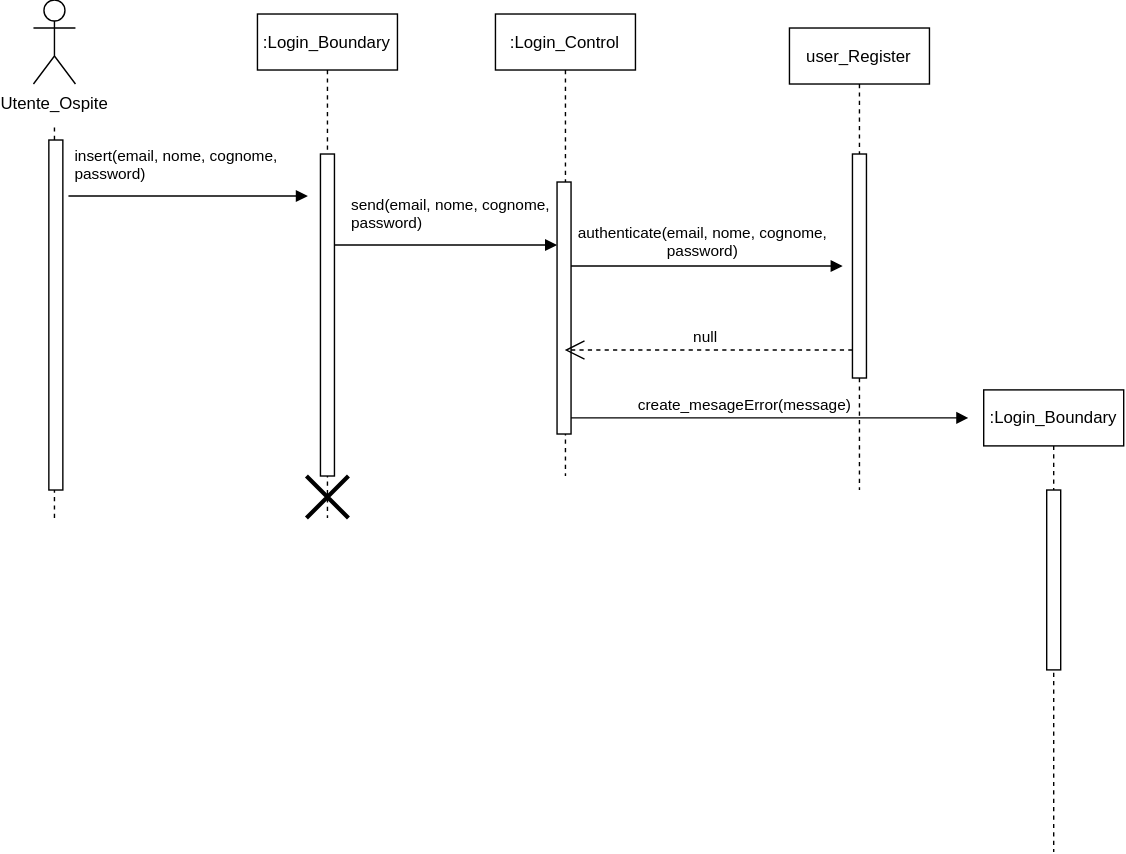
The draw.io diagram document temp/Sequence Diagrams/SD_RegistrazioneFallita.svg in dop654/CinePlex, before a commit. Source tidied: cells renumbered, new cells last; positions are measured from the earlier drawing's top-left corner, leaving out a move shared by most shapes.
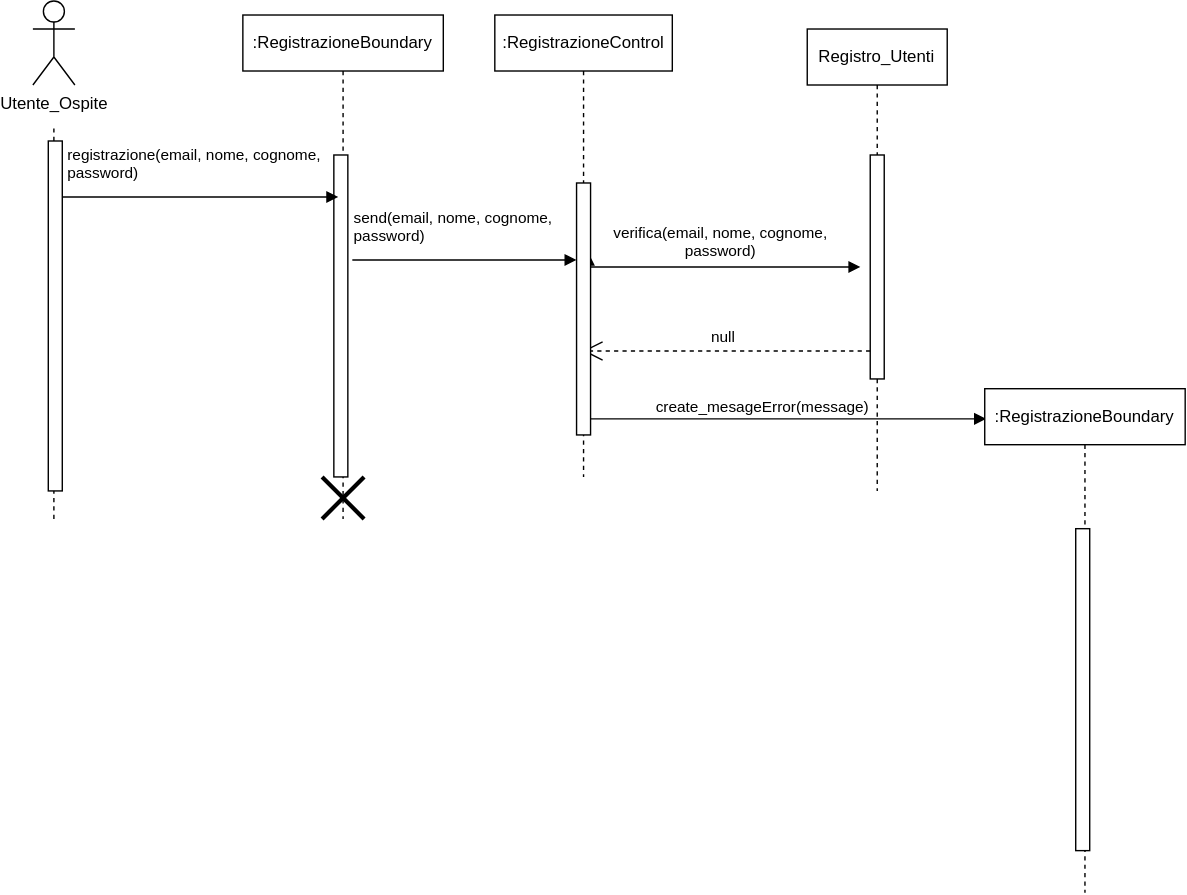
After the commit.

What changed in the source:
```diff
@@ -5,75 +5,79 @@
     <mxCell id="2" value="Utente_Ospite" style="shape=umlActor;verticalLabelPosition=bottom;verticalAlign=top;html=1;labelPerimeter=1;" parent="1" vertex="1">
       <mxGeometry x="0.3" y="-0.5" width="30" height="60" as="geometry" />
     </mxCell>
-    <mxCell id="3" style="line;strokeWidth=1;fillColor=none;align=left;verticalAlign=middle;spacingTop=-1;spacingLeft=3;spacingRight=3;labelPosition=right;strokeColor=inherit;labelPerimeter=1;flipV=1;legacyAnchorPoints=0;direction=south;dashed=1;" parent="1" vertex="1">
-      <mxGeometry x="11.3" y="89.5" width="8" height="280" as="geometry" />
-    </mxCell>
-    <mxCell id="4" style="html=1;perimeter=orthogonalPerimeter;targetShapes=umlLifeline;newEdgeStyle={&quot;edgeStyle&quot;:&quot;sequenceEdgeStyle&quot;,&quot;libavoidRouting&quot;:0,&quot;curved&quot;:0,&quot;rounded&quot;:0};" parent="1" vertex="1">
-      <mxGeometry x="11.3" y="99.5" width="10" height="250" as="geometry" />
-    </mxCell>
-    <mxCell id="5" value=":Login_Boundary" style="shape=umlLifeline;perimeter=lifelinePerimeter;whiteSpace=wrap;html=1;newEdgeStyle={&quot;edgeStyle&quot;:&quot;sequenceEdgeStyle&quot;,&quot;libavoidRouting&quot;:0,&quot;curved&quot;:0,&quot;rounded&quot;:0};" parent="1" vertex="1">
-      <mxGeometry x="160.2" y="9.5" width="100" height="360" as="geometry" />
-    </mxCell>
-    <mxCell id="6" style="html=1;perimeter=orthogonalPerimeter;targetShapes=umlLifeline;newEdgeStyle={&quot;edgeStyle&quot;:&quot;sequenceEdgeStyle&quot;,&quot;libavoidRouting&quot;:0,&quot;curved&quot;:0,&quot;rounded&quot;:0};" parent="5" vertex="1">
-      <mxGeometry x="45" y="100" width="10" height="230" as="geometry" />
-    </mxCell>
-    <mxCell id="7" style="shape=umlDestroy;whiteSpace=wrap;html=1;strokeWidth=3;targetShapes=umlLifeline;" parent="5" vertex="1">
-      <mxGeometry x="35" y="330" width="30" height="30" as="geometry" />
-    </mxCell>
-    <mxCell id="8" value="insert(email, nome, cognome,&lt;div&gt;password)&lt;/div&gt;" style="endArrow=block;endFill=1;html=1;edgeStyle=orthogonalEdgeStyle;align=left;verticalAlign=top;rounded=0;defaultLabelBackgroundColor=page;" parent="1" edge="1">
-      <mxGeometry x="-0.97" y="42" relative="1" as="geometry">
-        <mxPoint x="25.3" y="139.5" as="sourcePoint" />
-        <mxPoint x="196.3" y="139.5" as="targetPoint" />
-      </mxGeometry>
-    </mxCell>
-    <mxCell id="9" value=":Login_Control" style="shape=umlLifeline;perimeter=lifelinePerimeter;whiteSpace=wrap;html=1;outlineConnect=0;portConstraint=eastwest;newEdgeStyle={&quot;edgeStyle&quot;:&quot;sequenceEdgeStyle&quot;,&quot;libavoidRouting&quot;:0,&quot;curved&quot;:0,&quot;rounded&quot;:0};" parent="1" vertex="1">
-      <mxGeometry x="330.3" y="9.5" width="100" height="330" as="geometry" />
-    </mxCell>
-    <mxCell id="10" style="html=1;points=[[0,0,0,0,5],[0,1,0,0,-5],[1,0,0,0,5],[1,1,0,0,-5]];perimeter=orthogonalPerimeter;outlineConnect=0;targetShapes=umlLifeline;portConstraint=eastwest;newEdgeStyle={&quot;edgeStyle&quot;:&quot;sequenceEdgeStyle&quot;,&quot;libavoidRouting&quot;:0,&quot;curved&quot;:0,&quot;rounded&quot;:0};" parent="9" vertex="1">
-      <mxGeometry x="44" y="120" width="10" height="180" as="geometry" />
-    </mxCell>
+    <mxCell id="19" style="line;strokeWidth=1;fillColor=none;align=left;verticalAlign=middle;spacingTop=-1;spacingLeft=3;spacingRight=3;labelPosition=right;strokeColor=inherit;labelPerimeter=1;flipV=1;legacyAnchorPoints=0;direction=south;dashed=1;" parent="1" vertex="1">
+      <mxGeometry x="11.3" y="89.5" width="8" height="280" as="geometry" />
+    </mxCell>
+    <mxCell id="20" style="html=1;perimeter=orthogonalPerimeter;targetShapes=umlLifeline;newEdgeStyle={&quot;edgeStyle&quot;:&quot;sequenceEdgeStyle&quot;,&quot;libavoidRouting&quot;:0,&quot;curved&quot;:0,&quot;rounded&quot;:0};" parent="1" vertex="1">
+      <mxGeometry x="11.3" y="99.5" width="10" height="250" as="geometry" />
+    </mxCell>
+    <mxCell id="21" value=":RegistrazioneBoundary" style="shape=umlLifeline;perimeter=lifelinePerimeter;whiteSpace=wrap;html=1;newEdgeStyle={&quot;edgeStyle&quot;:&quot;sequenceEdgeStyle&quot;,&quot;libavoidRouting&quot;:0,&quot;curved&quot;:0,&quot;rounded&quot;:0};" parent="1" vertex="1">
+      <mxGeometry x="150.3" y="9.5" width="143.2" height="360" as="geometry" />
+    </mxCell>
+    <mxCell id="22" style="html=1;perimeter=orthogonalPerimeter;targetShapes=umlLifeline;newEdgeStyle={&quot;edgeStyle&quot;:&quot;sequenceEdgeStyle&quot;,&quot;libavoidRouting&quot;:0,&quot;curved&quot;:0,&quot;rounded&quot;:0};" parent="21" vertex="1">
+      <mxGeometry x="65" y="100" width="10" height="230" as="geometry" />
+    </mxCell>
+    <mxCell id="23" style="shape=umlDestroy;whiteSpace=wrap;html=1;strokeWidth=3;targetShapes=umlLifeline;" parent="21" vertex="1">
+      <mxGeometry x="56.6" y="330" width="30" height="30" as="geometry" />
+    </mxCell>
+    <mxCell id="24" value="registrazione(email, nome, cognome,&lt;div&gt;password)&lt;/div&gt;" style="endArrow=block;endFill=1;html=1;edgeStyle=orthogonalEdgeStyle;align=left;verticalAlign=top;rounded=0;defaultLabelBackgroundColor=page;" parent="1" edge="1">
+      <mxGeometry x="-0.98" y="43" relative="1" as="geometry">
+        <mxPoint x="21.5" y="139.5" as="sourcePoint" />
+        <mxPoint x="218.5" y="139.5" as="targetPoint" />
+      </mxGeometry>
+    </mxCell>
+    <mxCell id="25" value=":RegistrazioneControl" style="shape=umlLifeline;perimeter=lifelinePerimeter;whiteSpace=wrap;html=1;outlineConnect=0;portConstraint=eastwest;newEdgeStyle={&quot;edgeStyle&quot;:&quot;sequenceEdgeStyle&quot;,&quot;libavoidRouting&quot;:0,&quot;curved&quot;:0,&quot;rounded&quot;:0};" parent="1" vertex="1">
+      <mxGeometry x="330.3" y="9.5" width="126.8" height="330" as="geometry" />
+    </mxCell>
-    <mxCell id="11" value="&lt;span style=&quot;text-align: left;&quot;&gt;send(email, nome, cognome,&lt;/span&gt;&lt;div style=&quot;text-align: left;&quot;&gt;password)&lt;/div&gt;" style="html=1;verticalAlign=bottom;endArrow=block;edgeStyle=sequenceEdgeStyle;libavoidRouting=0;curved=0;rounded=0;entryX=0;entryY=0;entryDx=0;entryDy=45;defaultLabelBackgroundColor=page;" parent="1" edge="1" target="10">
-      <mxGeometry x="0.04" y="7" relative="1" as="geometry">
-        <mxPoint x="215.3" y="174.5" as="sourcePoint" />
+    <mxCell id="11" value="&lt;span style=&quot;text-align: left;&quot;&gt;send(email, nome, cognome,&lt;/span&gt;&lt;div style=&quot;text-align: left;&quot;&gt;password)&lt;/div&gt;" style="html=1;verticalAlign=bottom;endArrow=block;edgeStyle=sequenceEdgeStyle;libavoidRouting=0;curved=0;rounded=0;entryX=0;entryY=0;entryDx=0;entryDy=55;defaultLabelBackgroundColor=page;" parent="1" edge="1" target="29">
+      <mxGeometry x="-0.1" y="8" relative="1" as="geometry">
+        <mxPoint x="228.5" y="184.5" as="sourcePoint" />
         <Array as="points">
-          <mxPoint x="257.3" y="174.5" />
+          <mxPoint x="308" y="184.5" />
         </Array>
       </mxGeometry>
     </mxCell>
-    <mxCell id="12" value="user_Register" style="shape=umlLifeline;perimeter=lifelinePerimeter;whiteSpace=wrap;html=1;newEdgeStyle={&quot;edgeStyle&quot;:&quot;sequenceEdgeStyle&quot;,&quot;libavoidRouting&quot;:0,&quot;curved&quot;:0,&quot;rounded&quot;:0};" parent="1" vertex="1">
-      <mxGeometry x="540.3" y="19.5" width="100" height="330" as="geometry" />
-    </mxCell>
+    <mxCell id="26" value="Registro_Utenti" style="shape=umlLifeline;perimeter=lifelinePerimeter;whiteSpace=wrap;html=1;newEdgeStyle={&quot;edgeStyle&quot;:&quot;sequenceEdgeStyle&quot;,&quot;libavoidRouting&quot;:0,&quot;curved&quot;:0,&quot;rounded&quot;:0};" parent="1" vertex="1">
+      <mxGeometry x="553.5" y="19.5" width="100" height="330" as="geometry" />
+    </mxCell>
-    <mxCell id="13" style="html=1;perimeter=orthogonalPerimeter;targetShapes=umlLifeline;newEdgeStyle={&quot;edgeStyle&quot;:&quot;sequenceEdgeStyle&quot;,&quot;libavoidRouting&quot;:0,&quot;curved&quot;:0,&quot;rounded&quot;:0};" parent="12" vertex="1">
+    <mxCell id="13" style="html=1;perimeter=orthogonalPerimeter;targetShapes=umlLifeline;newEdgeStyle={&quot;edgeStyle&quot;:&quot;sequenceEdgeStyle&quot;,&quot;libavoidRouting&quot;:0,&quot;curved&quot;:0,&quot;rounded&quot;:0};" parent="26" vertex="1">
       <mxGeometry x="45" y="90" width="10" height="160" as="geometry" />
     </mxCell>
-    <mxCell id="14" value="authenticate&lt;span style=&quot;text-align: left;&quot;&gt;(&lt;/span&gt;&lt;span style=&quot;text-align: left;&quot;&gt;email, nome, cognome,&lt;br&gt;&lt;/span&gt;&lt;span style=&quot;text-align: left; background-color: transparent; color: light-dark(#000000, var(--ge-light-color, #ffffff));&quot;&gt;password&lt;/span&gt;&lt;span style=&quot;text-align: left; background-color: transparent; color: light-dark(#000000, var(--ge-light-color, #ffffff));&quot;&gt;)&lt;/span&gt;" style="html=1;verticalAlign=bottom;endArrow=block;edgeStyle=sequenceEdgeStyle;libavoidRouting=0;curved=0;rounded=0;entryX=0;entryY=0;entryDx=0;entryDy=45;defaultLabelBackgroundColor=page;" parent="1" edge="1">
-      <mxGeometry x="-0.03" y="2" relative="1" as="geometry">
-        <mxPoint x="384.3" y="189.5" as="sourcePoint" />
-        <mxPoint x="578.3" y="189.5" as="targetPoint" />
-        <Array as="points">
-          <mxPoint x="463.8" y="189.5" />
-        </Array>
-      </mxGeometry>
-    </mxCell>
+    <mxCell id="27" value="verifica&lt;span style=&quot;text-align: left;&quot;&gt;(&lt;/span&gt;&lt;span style=&quot;text-align: left;&quot;&gt;email, nome, cognome,&lt;br&gt;&lt;/span&gt;&lt;span style=&quot;text-align: left; background-color: transparent; color: light-dark(#000000, var(--ge-light-color, #ffffff));&quot;&gt;password&lt;/span&gt;&lt;span style=&quot;text-align: left; background-color: transparent; color: light-dark(#000000, var(--ge-light-color, #ffffff));&quot;&gt;)&lt;/span&gt;" style="html=1;verticalAlign=bottom;endArrow=block;edgeStyle=sequenceEdgeStyle;libavoidRouting=0;curved=0;rounded=0;entryX=0;entryY=0;entryDx=0;entryDy=45;defaultLabelBackgroundColor=page;" parent="1" edge="1" source="29">
+      <mxGeometry x="-0.03" y="2" relative="1" as="geometry">
+        <mxPoint x="591.5" y="189.5" as="targetPoint" />
+        <Array as="points">
+          <mxPoint x="494.5" y="189.5" />
+        </Array>
+      </mxGeometry>
+    </mxCell>
-    <mxCell id="15" value="null" style="endArrow=open;endSize=12;dashed=1;html=1;rounded=0;defaultLabelBackgroundColor=page;" parent="1" edge="1" target="9">
+    <mxCell id="15" value="null" style="endArrow=open;endSize=12;dashed=1;html=1;rounded=0;defaultLabelBackgroundColor=page;" parent="1" edge="1" target="25">
       <mxGeometry x="0.02" y="-10" relative="1" as="geometry">
-        <mxPoint x="585.3" y="249.5" as="sourcePoint" />
+        <mxPoint x="598.5" y="249.5" as="sourcePoint" />
       </mxGeometry>
     </mxCell>
-    <mxCell id="16" value=":Login_Boundary" style="shape=umlLifeline;perimeter=lifelinePerimeter;whiteSpace=wrap;html=1;newEdgeStyle={&quot;edgeStyle&quot;:&quot;sequenceEdgeStyle&quot;,&quot;libavoidRouting&quot;:0,&quot;curved&quot;:0,&quot;rounded&quot;:0};" parent="1" vertex="1">
-      <mxGeometry x="679" y="278" width="100" height="330" as="geometry" />
-    </mxCell>
-    <mxCell id="17" style="html=1;perimeter=orthogonalPerimeter;targetShapes=umlLifeline;newEdgeStyle={&quot;edgeStyle&quot;:&quot;sequenceEdgeStyle&quot;,&quot;libavoidRouting&quot;:0,&quot;curved&quot;:0,&quot;rounded&quot;:0};" parent="16" vertex="1">
-      <mxGeometry x="45" y="71.5" width="10" height="128.5" as="geometry" />
-    </mxCell>
     <mxCell id="18" value="create_mesageError(message)" style="html=1;verticalAlign=bottom;endArrow=block;edgeStyle=sequenceEdgeStyle;libavoidRouting=0;curved=0;rounded=0;defaultLabelBackgroundColor=page;" parent="1" edge="1">
       <mxGeometry x="-0.13" relative="1" as="geometry">
-        <mxPoint x="384.2" y="298" as="sourcePoint" />
-        <mxPoint x="668" y="298" as="targetPoint" />
+        <mxPoint x="397.5" y="298" as="sourcePoint" />
+        <mxPoint x="681.2" y="298" as="targetPoint" />
         <Array as="points">
-          <mxPoint x="481.2" y="298" />
+          <mxPoint x="494.5" y="298" />
         </Array>
       </mxGeometry>
     </mxCell>
+    <mxCell id="28" style="html=1;verticalAlign=bottom;endArrow=block;edgeStyle=sequenceEdgeStyle;libavoidRouting=0;curved=0;rounded=0;defaultLabelBackgroundColor=page;" parent="1" edge="1" target="29">
+      <mxGeometry x="-0.03" y="2" relative="1" as="geometry">
+        <mxPoint x="397.5" y="189.5" as="sourcePoint" />
+      </mxGeometry>
+    </mxCell>
+    <mxCell id="29" style="html=1;points=[[0,0,0,0,5],[0,1,0,0,-5],[1,0,0,0,5],[1,1,0,0,-5]];perimeter=orthogonalPerimeter;outlineConnect=0;targetShapes=umlLifeline;portConstraint=eastwest;newEdgeStyle={&quot;edgeStyle&quot;:&quot;sequenceEdgeStyle&quot;,&quot;libavoidRouting&quot;:0,&quot;curved&quot;:0,&quot;rounded&quot;:0};" parent="1" vertex="1">
+      <mxGeometry x="388.7" y="129.5" width="10" height="180" as="geometry" />
+    </mxCell>
+    <mxCell id="30" value=":RegistrazioneBoundary" style="shape=umlLifeline;perimeter=lifelinePerimeter;whiteSpace=wrap;html=1;newEdgeStyle={&quot;edgeStyle&quot;:&quot;sequenceEdgeStyle&quot;,&quot;libavoidRouting&quot;:0,&quot;curved&quot;:0,&quot;rounded&quot;:0};" parent="1" vertex="1">
+      <mxGeometry x="680.3" y="276.5" width="143.2" height="360" as="geometry" />
+    </mxCell>
+    <mxCell id="31" style="html=1;perimeter=orthogonalPerimeter;targetShapes=umlLifeline;newEdgeStyle={&quot;edgeStyle&quot;:&quot;sequenceEdgeStyle&quot;,&quot;libavoidRouting&quot;:0,&quot;curved&quot;:0,&quot;rounded&quot;:0};" parent="30" vertex="1">
+      <mxGeometry x="65" y="100" width="10" height="230" as="geometry" />
+    </mxCell>
   </root>
 </mxGraphModel>
```
